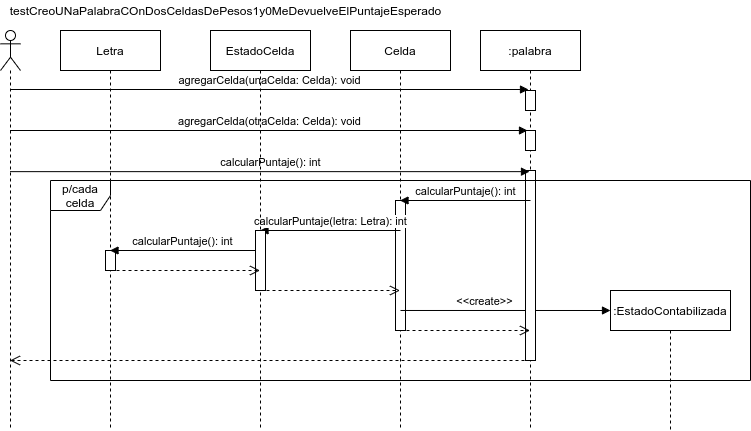
valencorrea/Algoritmos3-75.07 keeps this draw.io diagram as finales/final-2019-02-21/final-palabras-alumno/secuencia.png. Above is the earlier version. Source tidied: cells renumbered, new cells last; positions are measured from the earlier drawing's top-left corner, leaving out a move shared by most shapes. Source of this version:
```xml
<mxGraphModel>
  <root>
    <mxCell id="0" />
    <mxCell id="1" parent="0" />
    <mxCell id="2" style="shape=umlLifeline;participant=umlActor;perimeter=lifelinePerimeter;whiteSpace=wrap;html=1;verticalAlign=top;spacingTop=36;outlineConnect=0;align=left;" parent="1" vertex="1">
      <mxGeometry y="30" width="20" height="400" as="geometry" />
    </mxCell>
    <mxCell id="3" value="testCreoUNaPalabraCOnDosCeldasDePesos1y0MeDevuelveElPuntajeEsperado" style="text;html=1;align=center;verticalAlign=middle;" parent="1" vertex="1">
      <mxGeometry width="450" height="20" as="geometry" />
    </mxCell>
    <mxCell id="4" value="Celda" style="shape=umlLifeline;perimeter=lifelinePerimeter;whiteSpace=wrap;html=1;outlineConnect=0;align=center;" parent="1" vertex="1">
      <mxGeometry x="350" y="30" width="100" height="400" as="geometry" />
    </mxCell>
    <mxCell id="5" style="html=1;points=[];perimeter=orthogonalPerimeter;align=center;" parent="4" vertex="1">
      <mxGeometry x="45" y="170" width="10" height="130" as="geometry" />
    </mxCell>
    <mxCell id="6" value="calcularPuntaje(letra: Letra): int" style="html=1;verticalAlign=bottom;endArrow=block;" parent="4" edge="1" target="19">
      <mxGeometry relative="1" as="geometry">
        <mxPoint x="50" y="200" as="sourcePoint" />
      </mxGeometry>
    </mxCell>
    <mxCell id="7" value="&amp;lt;&amp;lt;create&amp;gt;&amp;gt;" style="html=1;verticalAlign=bottom;endArrow=block;exitX=0.5;exitY=0.846;exitDx=0;exitDy=0;exitPerimeter=0;" parent="4" edge="1" source="5">
      <mxGeometry x="-0.2" relative="1" as="geometry">
        <mxPoint x="260" y="280" as="targetPoint" />
      </mxGeometry>
    </mxCell>
    <mxCell id="8" value="Letra" style="shape=umlLifeline;perimeter=lifelinePerimeter;whiteSpace=wrap;html=1;outlineConnect=0;align=center;" parent="1" vertex="1">
      <mxGeometry x="60" y="30" width="100" height="400" as="geometry" />
    </mxCell>
    <mxCell id="9" style="html=1;perimeter=orthogonalPerimeter;align=center;" parent="8" vertex="1">
      <mxGeometry x="45" y="220" width="10" height="20" as="geometry" />
    </mxCell>
    <mxCell id="10" value=":palabra" style="shape=umlLifeline;perimeter=lifelinePerimeter;whiteSpace=wrap;html=1;outlineConnect=0;align=center;" parent="1" vertex="1">
      <mxGeometry x="480" y="30" width="100" height="400" as="geometry" />
    </mxCell>
    <mxCell id="11" style="html=1;points=[];perimeter=orthogonalPerimeter;align=center;" parent="10" vertex="1">
      <mxGeometry x="45" y="140" width="10" height="190" as="geometry" />
    </mxCell>
    <mxCell id="12" style="html=1;points=[];perimeter=orthogonalPerimeter;align=center;" parent="10" vertex="1">
      <mxGeometry x="45" y="60" width="10" height="20" as="geometry" />
    </mxCell>
    <mxCell id="13" style="html=1;points=[];perimeter=orthogonalPerimeter;align=center;" parent="10" vertex="1">
      <mxGeometry x="45" y="100" width="10" height="20" as="geometry" />
    </mxCell>
    <mxCell id="14" value="calcularPuntaje(): int" style="html=1;verticalAlign=bottom;endArrow=block;" parent="10" edge="1" target="4">
      <mxGeometry relative="1" as="geometry">
        <mxPoint x="50" y="170" as="sourcePoint" />
      </mxGeometry>
    </mxCell>
    <mxCell id="15" value="agregarCelda(unaCelda: Celda): void" style="html=1;verticalAlign=bottom;endArrow=block;entryX=0.3;entryY=-0.05;entryDx=0;entryDy=0;entryPerimeter=0;" parent="1" edge="1" source="2" target="12">
      <mxGeometry relative="1" as="geometry" />
    </mxCell>
    <mxCell id="16" value="calcularPuntaje(): int" style="html=1;verticalAlign=bottom;endArrow=block;entryX=0.4;entryY=0.006;entryDx=0;entryDy=0;entryPerimeter=0;" parent="1" edge="1" source="2" target="11">
      <mxGeometry relative="1" as="geometry" />
    </mxCell>
    <mxCell id="17" value="p/cada celda" style="shape=umlFrame;whiteSpace=wrap;html=1;align=center;" parent="1" vertex="1">
      <mxGeometry x="50" y="180" width="700" height="200" as="geometry" />
    </mxCell>
    <mxCell id="18" value="agregarCelda(otraCelda: Celda): void" style="html=1;verticalAlign=bottom;endArrow=block;entryX=0.2;entryY=0;entryDx=0;entryDy=0;entryPerimeter=0;" parent="1" edge="1" source="2" target="13">
      <mxGeometry relative="1" as="geometry" />
    </mxCell>
    <mxCell id="19" value="EstadoCelda" style="shape=umlLifeline;perimeter=lifelinePerimeter;whiteSpace=wrap;html=1;outlineConnect=0;align=center;" parent="1" vertex="1">
      <mxGeometry x="210" y="30" width="100" height="400" as="geometry" />
    </mxCell>
    <mxCell id="20" style="html=1;perimeter=orthogonalPerimeter;align=center;" parent="19" vertex="1">
      <mxGeometry x="45" y="200" width="10" height="60" as="geometry" />
    </mxCell>
    <mxCell id="21" value="calcularPuntaje(): int" style="html=1;verticalAlign=bottom;endArrow=block;" parent="1" edge="1" target="8">
      <mxGeometry relative="1" as="geometry">
        <mxPoint x="255" y="250" as="sourcePoint" />
      </mxGeometry>
    </mxCell>
    <mxCell id="22" style="html=1;verticalAlign=bottom;endArrow=open;dashed=1;endSize=8;" parent="1" edge="1" target="19">
      <mxGeometry relative="1" as="geometry">
        <mxPoint x="110" y="270" as="sourcePoint" />
      </mxGeometry>
    </mxCell>
    <mxCell id="23" style="html=1;verticalAlign=bottom;endArrow=open;dashed=1;endSize=8;" parent="1" edge="1" target="4">
      <mxGeometry relative="1" as="geometry">
        <mxPoint x="260" y="290" as="sourcePoint" />
      </mxGeometry>
    </mxCell>
    <mxCell id="24" value=":EstadoContabilizada" style="shape=umlLifeline;perimeter=lifelinePerimeter;whiteSpace=wrap;html=1;align=center;" parent="1" vertex="1">
      <mxGeometry x="610" y="290" width="120" height="140" as="geometry" />
    </mxCell>
    <mxCell id="25" style="html=1;verticalAlign=bottom;endArrow=open;dashed=1;endSize=8;" parent="1" edge="1" target="10">
      <mxGeometry relative="1" as="geometry">
        <mxPoint x="400" y="330" as="sourcePoint" />
      </mxGeometry>
    </mxCell>
    <mxCell id="26" style="html=1;verticalAlign=bottom;endArrow=open;dashed=1;endSize=8;" parent="1" edge="1" target="2">
      <mxGeometry relative="1" as="geometry">
        <mxPoint x="530" y="360" as="sourcePoint" />
      </mxGeometry>
    </mxCell>
  </root>
</mxGraphModel>
```
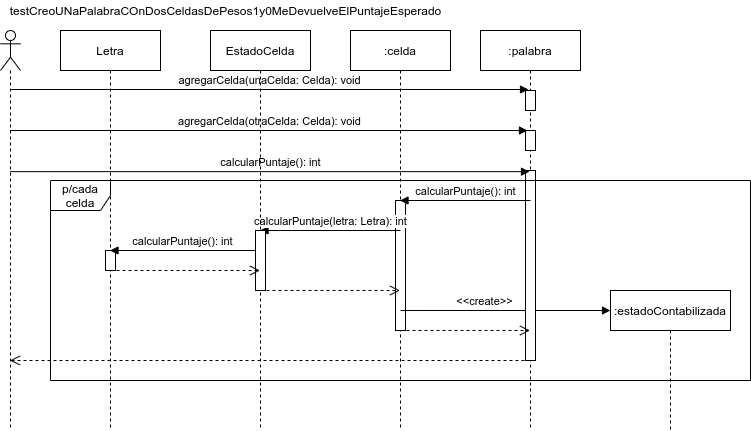
After the change.

Commit message:
modifico instancias

The edit, as a diff of the source:
```diff
@@ -8,7 +8,7 @@
     <mxCell id="3" value="testCreoUNaPalabraCOnDosCeldasDePesos1y0MeDevuelveElPuntajeEsperado" style="text;html=1;align=center;verticalAlign=middle;" parent="1" vertex="1">
       <mxGeometry width="450" height="20" as="geometry" />
     </mxCell>
-    <mxCell id="4" value="Celda" style="shape=umlLifeline;perimeter=lifelinePerimeter;whiteSpace=wrap;html=1;outlineConnect=0;align=center;" parent="1" vertex="1">
+    <mxCell id="4" value=":celda" style="shape=umlLifeline;perimeter=lifelinePerimeter;whiteSpace=wrap;html=1;outlineConnect=0;align=center;" parent="1" vertex="1">
       <mxGeometry x="350" y="30" width="100" height="400" as="geometry" />
     </mxCell>
     <mxCell id="5" style="html=1;points=[];perimeter=orthogonalPerimeter;align=center;" parent="4" vertex="1">
@@ -80,7 +80,7 @@
         <mxPoint x="260" y="290" as="sourcePoint" />
       </mxGeometry>
     </mxCell>
-    <mxCell id="24" value=":EstadoContabilizada" style="shape=umlLifeline;perimeter=lifelinePerimeter;whiteSpace=wrap;html=1;align=center;" parent="1" vertex="1">
+    <mxCell id="24" value=":estadoContabilizada" style="shape=umlLifeline;perimeter=lifelinePerimeter;whiteSpace=wrap;html=1;align=center;" parent="1" vertex="1">
       <mxGeometry x="610" y="290" width="120" height="140" as="geometry" />
     </mxCell>
     <mxCell id="25" style="html=1;verticalAlign=bottom;endArrow=open;dashed=1;endSize=8;" parent="1" edge="1" target="10">
```
